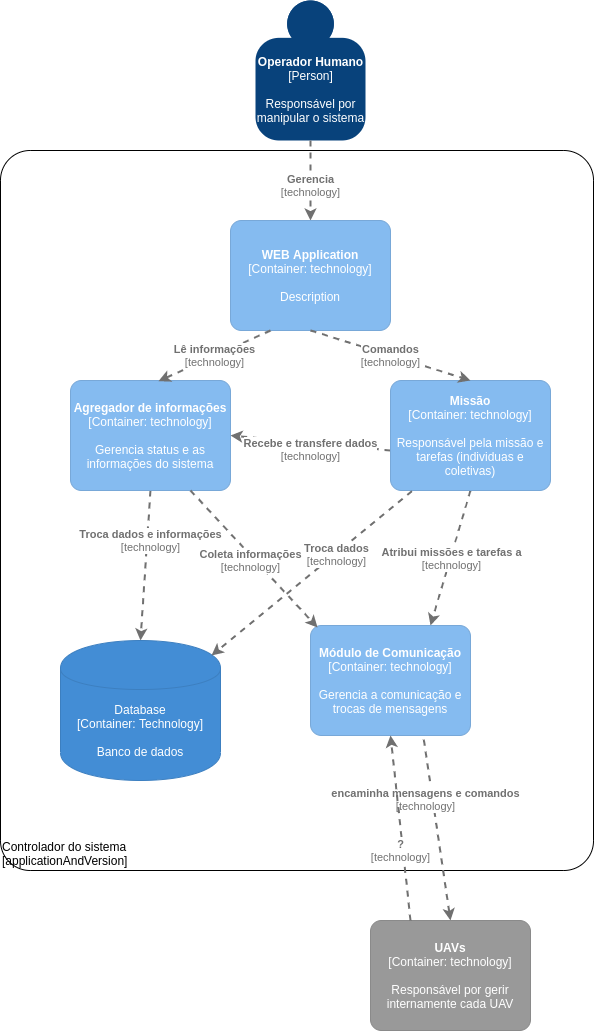
Above: UAV architecture-Contêiner.png in savionasc/mysterio (draw.io), before the change. Source tidied: cells renumbered, new cells last; positions are measured from the earlier drawing's top-left corner, leaving out a move shared by most shapes.
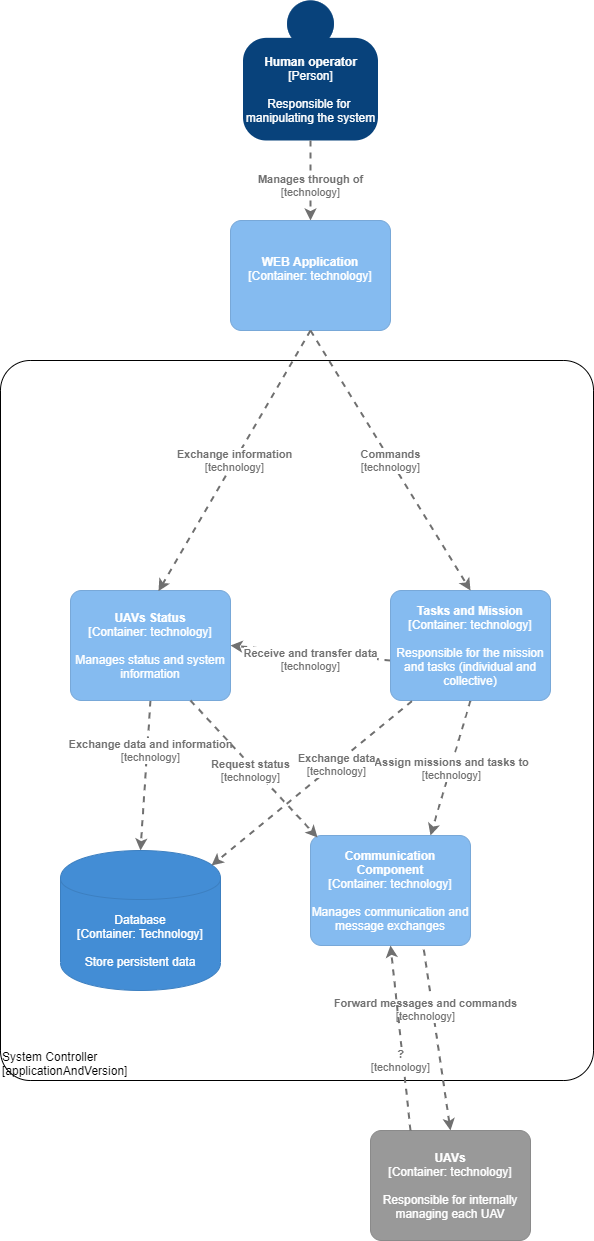
After the change.

The edit, as a diff of the source:
```diff
@@ -2,81 +2,81 @@
   <root>
     <mxCell id="0" />
     <mxCell id="1" parent="0" />
-    <object id="2" label="&lt;div style=&quot;text-align: left&quot;&gt;%c4Name%&lt;/div&gt;&lt;div style=&quot;text-align: left&quot;&gt;[%c4Application%]&lt;/div&gt;" c4Application="applicationAndVersion" c4Name="Controlador do sistema" c4Type="ExecutionEnvironment" placeholders="1">
+    <object id="2" label="&lt;div style=&quot;text-align: left&quot;&gt;%c4Name%&lt;/div&gt;&lt;div style=&quot;text-align: left&quot;&gt;[%c4Application%]&lt;/div&gt;" c4Application="applicationAndVersion" c4Name="System Controller" c4Type="ExecutionEnvironment" placeholders="1">
       <mxCell style="rounded=1;whiteSpace=wrap;html=1;labelBackgroundColor=none;fillColor=#ffffff;fontColor=#000000;align=left;arcSize=5;strokeColor=#000000;verticalAlign=bottom;metaData={&quot;c4Type&quot;:{&quot;editable&quot;:false}};" parent="1" vertex="1">
         <mxGeometry y="150" width="593" height="720" as="geometry" />
       </mxCell>
     </object>
-    <object id="3" label="&lt;b&gt;%c4Name%&lt;/b&gt;&lt;div&gt;[%c4Type%]&lt;/div&gt;&lt;br&gt;&lt;div&gt;%c4Description%&lt;/div&gt;" c4Description="Responsável por&#10;manipular o sistema" c4Name="Operador Humano" c4Type="Person" placeholders="1">
+    <object id="3" label="&lt;b&gt;%c4Name%&lt;/b&gt;&lt;div&gt;[%c4Type%]&lt;/div&gt;&lt;br&gt;&lt;div&gt;%c4Description%&lt;/div&gt;" c4Description="Responsible for &#10;manipulating the system" c4Name="Human operator" c4Type="Person" placeholders="1">
       <mxCell style="html=1;dashed=0;whitespace=wrap;fillColor=#08427b;strokeColor=none;fontColor=#ffffff;shape=mxgraph.c4.person;align=center;points=[[0.5,0,0],[1,0.5,0],[1,0.75,0],[0.75,1,0],[0.5,1,0],[0.25,1,0],[0,0.75,0],[0,0.5,0]];metaData={&quot;c4Type&quot;:{&quot;editable&quot;:false}};" parent="1" vertex="1">
-        <mxGeometry x="255" width="110" height="140" as="geometry" />
+        <mxGeometry x="242.5" y="-210" width="135" height="140" as="geometry" />
       </mxCell>
     </object>
-    <object id="4" label="&lt;div style=&quot;text-align: left&quot;&gt;&lt;div style=&quot;text-align: center&quot;&gt;&lt;b&gt;%c4Description%&lt;/b&gt;&lt;/div&gt;&lt;div style=&quot;text-align: center&quot;&gt;[%c4Technology%]&lt;/div&gt;&lt;/div&gt;" c4Description="Gerencia" c4Technology="technology" c4Type="Relationship" placeholders="1">
+    <object id="4" label="&lt;div style=&quot;text-align: left&quot;&gt;&lt;div style=&quot;text-align: center&quot;&gt;&lt;b&gt;%c4Description%&lt;/b&gt;&lt;/div&gt;&lt;div style=&quot;text-align: center&quot;&gt;[%c4Technology%]&lt;/div&gt;&lt;/div&gt;" c4Description="Manages through of" c4Technology="technology" c4Type="Relationship" placeholders="1">
       <mxCell style="edgeStyle=none;rounded=0;html=1;entryX=0.5;entryY=0;jettySize=auto;strokeColor=#707070;strokeWidth=2;fontColor=#707070;jumpStyle=none;dashed=1;metaData={&quot;c4Type&quot;:{&quot;editable&quot;:false}};exitX=0.5;exitY=1;exitDx=0;exitDy=0;exitPerimeter=0;entryDx=0;entryDy=0;entryPerimeter=0;" parent="1" edge="1" source="3" target="15">
         <mxGeometry x="0.12" relative="1" as="geometry" />
       </mxCell>
     </object>
-    <object id="5" label="&lt;div style=&quot;text-align: left&quot;&gt;&lt;div style=&quot;text-align: center&quot;&gt;&lt;b&gt;%c4Description%&lt;/b&gt;&lt;/div&gt;&lt;div style=&quot;text-align: center&quot;&gt;[%c4Technology%]&lt;/div&gt;&lt;/div&gt;" c4Description="Troca dados e informações" c4Technology="technology" c4Type="Relationship" placeholders="1">
+    <object id="5" label="&lt;div style=&quot;text-align: left&quot;&gt;&lt;div style=&quot;text-align: center&quot;&gt;&lt;b&gt;%c4Description%&lt;/b&gt;&lt;/div&gt;&lt;div style=&quot;text-align: center&quot;&gt;[%c4Technology%]&lt;/div&gt;&lt;/div&gt;" c4Description="Exchange data and information" c4Technology="technology" c4Type="Relationship" placeholders="1">
       <mxCell style="edgeStyle=none;rounded=0;html=1;entryX=0.5;entryY=0;jettySize=auto;strokeColor=#707070;strokeWidth=2;fontColor=#707070;jumpStyle=none;dashed=1;metaData={&quot;c4Type&quot;:{&quot;editable&quot;:false}};exitX=0.5;exitY=1;exitDx=0;exitDy=0;exitPerimeter=0;entryDx=0;entryDy=0;entryPerimeter=0;" parent="1" edge="1" source="12" target="9">
         <mxGeometry x="-0.34" y="3" relative="1" as="geometry" />
       </mxCell>
     </object>
-    <object id="6" label="&lt;div style=&quot;text-align: left&quot;&gt;&lt;div style=&quot;text-align: center&quot;&gt;&lt;b&gt;%c4Description%&lt;/b&gt;&lt;/div&gt;&lt;div style=&quot;text-align: center&quot;&gt;[%c4Technology%]&lt;/div&gt;&lt;/div&gt;" c4Description="encaminha mensagens e comandos" c4Technology="technology" c4Type="Relationship" placeholders="1">
+    <object id="6" label="&lt;div style=&quot;text-align: left&quot;&gt;&lt;div style=&quot;text-align: center&quot;&gt;&lt;b&gt;%c4Description%&lt;/b&gt;&lt;/div&gt;&lt;div style=&quot;text-align: center&quot;&gt;[%c4Technology%]&lt;/div&gt;&lt;/div&gt;" c4Description="Forward messages and commands" c4Technology="technology" c4Type="Relationship" placeholders="1">
       <mxCell style="edgeStyle=none;rounded=0;html=1;entryX=0.5;entryY=0;jettySize=auto;strokeColor=#707070;strokeWidth=2;fontColor=#707070;jumpStyle=none;dashed=1;metaData={&quot;c4Type&quot;:{&quot;editable&quot;:false}};entryDx=0;entryDy=0;entryPerimeter=0;exitX=0.708;exitY=1.038;exitDx=0;exitDy=0;exitPerimeter=0;" parent="1" edge="1" source="11" target="13">
         <mxGeometry x="-0.34" y="-7" relative="1" as="geometry">
           <mxPoint y="-1" as="offset" />
         </mxGeometry>
       </mxCell>
     </object>
-    <object id="7" label="&lt;div style=&quot;text-align: left&quot;&gt;&lt;div style=&quot;text-align: center&quot;&gt;&lt;b&gt;%c4Description%&lt;/b&gt;&lt;/div&gt;&lt;div style=&quot;text-align: center&quot;&gt;[%c4Technology%]&lt;/div&gt;&lt;/div&gt;" c4Description="Recebe e transfere dados" c4Technology="technology" c4Type="Relationship" placeholders="1">
+    <object id="7" label="&lt;div style=&quot;text-align: left&quot;&gt;&lt;div style=&quot;text-align: center&quot;&gt;&lt;b&gt;%c4Description%&lt;/b&gt;&lt;/div&gt;&lt;div style=&quot;text-align: center&quot;&gt;[%c4Technology%]&lt;/div&gt;&lt;/div&gt;" c4Description="Receive and transfer data" c4Technology="technology" c4Type="Relationship" placeholders="1">
       <mxCell style="edgeStyle=none;rounded=0;html=1;jettySize=auto;strokeColor=#707070;strokeWidth=2;fontColor=#707070;jumpStyle=none;dashed=1;metaData={&quot;c4Type&quot;:{&quot;editable&quot;:false}};exitX=0;exitY=0.636;exitDx=0;exitDy=0;exitPerimeter=0;entryX=1;entryY=0.5;entryDx=0;entryDy=0;entryPerimeter=0;" parent="1" edge="1" source="10" target="12">
         <mxGeometry x="-0.01" y="7" relative="1" as="geometry" />
       </mxCell>
     </object>
-    <object id="8" label="&lt;div style=&quot;text-align: left&quot;&gt;&lt;div style=&quot;text-align: center&quot;&gt;&lt;b&gt;%c4Description%&lt;/b&gt;&lt;/div&gt;&lt;div style=&quot;text-align: center&quot;&gt;[%c4Technology%]&lt;/div&gt;&lt;/div&gt;" c4Description="Atribui missões e tarefas a" c4Technology="technology" c4Type="Relationship" placeholders="1">
+    <object id="8" label="&lt;div style=&quot;text-align: left&quot;&gt;&lt;div style=&quot;text-align: center&quot;&gt;&lt;b&gt;%c4Description%&lt;/b&gt;&lt;/div&gt;&lt;div style=&quot;text-align: center&quot;&gt;[%c4Technology%]&lt;/div&gt;&lt;/div&gt;" c4Description="Assign missions and tasks to" c4Technology="technology" c4Type="Relationship" placeholders="1">
       <mxCell style="edgeStyle=none;rounded=0;html=1;jettySize=auto;strokeColor=#707070;strokeWidth=2;fontColor=#707070;jumpStyle=none;dashed=1;metaData={&quot;c4Type&quot;:{&quot;editable&quot;:false}};exitX=0.5;exitY=1;exitDx=0;exitDy=0;exitPerimeter=0;entryX=0.75;entryY=0;entryDx=0;entryDy=0;entryPerimeter=0;" parent="1" edge="1" source="10" target="11">
         <mxGeometry relative="1" as="geometry">
           <mxPoint x="1" as="offset" />
         </mxGeometry>
       </mxCell>
     </object>
-    <object id="9" label="%c4Type%&lt;div&gt;[Container:&amp;nbsp;%c4Technology%]&lt;/div&gt;&lt;br&gt;&lt;div&gt;%c4Description%&lt;/div&gt;" c4Description="Banco de dados" c4Technology="Technology" c4Type="Database" placeholders="1">
+    <object id="9" label="%c4Type%&lt;div&gt;[Container:&amp;nbsp;%c4Technology%]&lt;/div&gt;&lt;br&gt;&lt;div&gt;%c4Description%&lt;/div&gt;" c4Description="Store persistent data" c4Technology="Technology" c4Type="Database" placeholders="1">
       <mxCell style="shape=cylinder;whiteSpace=wrap;html=1;boundedLbl=1;rounded=0;labelBackgroundColor=none;fillColor=#438DD5;fontSize=12;fontColor=#ffffff;align=center;strokeColor=#3C7FC0;points=[[0.5,0,0],[1,0.25,0],[1,0.5,0],[1,0.75,0],[0.5,1,0],[0,0.75,0],[0,0.5,0],[0,0.25,0]];metaData={&quot;c4Type&quot;:{&quot;editable&quot;:false}};" parent="1" vertex="1">
         <mxGeometry x="60" y="640" width="160" height="140" as="geometry" />
       </mxCell>
     </object>
-    <object id="10" label="&lt;b&gt;%c4Name%&lt;/b&gt;&lt;div&gt;[%c4Type%: %c4Technology%]&lt;/div&gt;&lt;br&gt;&lt;div&gt;%c4Description%&lt;/div&gt;" c4Description="Responsável pela missão e tarefas (individuas e coletivas)" c4Name="Missão" c4Technology="technology" c4Type="Container" placeholders="1">
+    <object id="10" label="&lt;b&gt;%c4Name%&lt;/b&gt;&lt;div&gt;[%c4Type%: %c4Technology%]&lt;/div&gt;&lt;br&gt;&lt;div&gt;%c4Description%&lt;/div&gt;" c4Description="Responsible for the mission and tasks (individual and collective)" c4Name="Tasks and Mission" c4Technology="technology" c4Type="Container" placeholders="1">
       <mxCell style="rounded=1;whiteSpace=wrap;html=1;labelBackgroundColor=none;fillColor=#85BBF0;fontColor=#ffffff;align=center;arcSize=10;strokeColor=#78A8D8;metaData={&quot;c4Type&quot;:{&quot;editable&quot;:false}};points=[[0.25,0,0],[0.5,0,0],[0.75,0,0],[1,0.25,0],[1,0.5,0],[1,0.75,0],[0.75,1,0],[0.5,1,0],[0.25,1,0],[0,0.75,0],[0,0.5,0],[0,0.25,0]];" parent="1" vertex="1">
         <mxGeometry x="390" y="380" width="160" height="110" as="geometry" />
       </mxCell>
     </object>
-    <object id="11" label="&lt;b&gt;%c4Name%&lt;/b&gt;&lt;div&gt;[%c4Type%: %c4Technology%]&lt;/div&gt;&lt;br&gt;&lt;div&gt;%c4Description%&lt;/div&gt;" c4Description="Gerencia a comunicação e trocas de mensagens" c4Name="Módulo de Comunicação" c4Technology="technology" c4Type="Container" placeholders="1">
+    <object id="11" label="&lt;b&gt;%c4Name%&lt;/b&gt;&lt;div&gt;[%c4Type%: %c4Technology%]&lt;/div&gt;&lt;br&gt;&lt;div&gt;%c4Description%&lt;/div&gt;" c4Description="Manages communication and message exchanges" c4Name="Communication Component" c4Technology="technology" c4Type="Container" placeholders="1">
       <mxCell style="rounded=1;whiteSpace=wrap;html=1;labelBackgroundColor=none;fillColor=#85BBF0;fontColor=#ffffff;align=center;arcSize=10;strokeColor=#78A8D8;metaData={&quot;c4Type&quot;:{&quot;editable&quot;:false}};points=[[0.25,0,0],[0.5,0,0],[0.75,0,0],[1,0.25,0],[1,0.5,0],[1,0.75,0],[0.75,1,0],[0.5,1,0],[0.25,1,0],[0,0.75,0],[0,0.5,0],[0,0.25,0]];" parent="1" vertex="1">
         <mxGeometry x="310" y="625" width="160" height="110" as="geometry" />
       </mxCell>
     </object>
-    <object id="12" label="&lt;b&gt;%c4Name%&lt;/b&gt;&lt;div&gt;[%c4Type%: %c4Technology%]&lt;/div&gt;&lt;br&gt;&lt;div&gt;%c4Description%&lt;/div&gt;" c4Description="Gerencia status e as informações do sistema" c4Name="Agregador de informações" c4Technology="technology" c4Type="Container" placeholders="1">
+    <object id="12" label="&lt;b&gt;%c4Name%&lt;/b&gt;&lt;div&gt;[%c4Type%: %c4Technology%]&lt;/div&gt;&lt;br&gt;&lt;div&gt;%c4Description%&lt;/div&gt;" c4Description="Manages status and system information" c4Name="UAVs Status" c4Technology="technology" c4Type="Container" placeholders="1">
       <mxCell style="rounded=1;whiteSpace=wrap;html=1;labelBackgroundColor=none;fillColor=#85BBF0;fontColor=#ffffff;align=center;arcSize=10;strokeColor=#78A8D8;metaData={&quot;c4Type&quot;:{&quot;editable&quot;:false}};points=[[0.25,0,0],[0.5,0,0],[0.75,0,0],[1,0.25,0],[1,0.5,0],[1,0.75,0],[0.75,1,0],[0.5,1,0],[0.25,1,0],[0,0.75,0],[0,0.5,0],[0,0.25,0]];" parent="1" vertex="1">
         <mxGeometry x="70" y="380" width="160" height="110" as="geometry" />
       </mxCell>
     </object>
-    <object id="13" label="&lt;b&gt;%c4Name%&lt;/b&gt;&lt;div&gt;[%c4Type%: %c4Technology%]&lt;/div&gt;&lt;br&gt;&lt;div&gt;%c4Description%&lt;/div&gt;" c4Description="Responsável por gerir internamente cada UAV" c4Name="UAVs" c4Technology="technology" c4Type="Container" placeholders="1">
+    <object id="13" label="&lt;b&gt;%c4Name%&lt;/b&gt;&lt;div&gt;[%c4Type%: %c4Technology%]&lt;/div&gt;&lt;br&gt;&lt;div&gt;%c4Description%&lt;/div&gt;" c4Description="Responsible for internally managing each UAV" c4Name="UAVs" c4Technology="technology" c4Type="Container" placeholders="1">
       <mxCell style="rounded=1;whiteSpace=wrap;html=1;labelBackgroundColor=none;fontColor=#ffffff;align=center;arcSize=10;metaData={&quot;c4Type&quot;:{&quot;editable&quot;:false}};points=[[0.25,0,0],[0.5,0,0],[0.75,0,0],[1,0.25,0],[1,0.5,0],[1,0.75,0],[0.75,1,0],[0.5,1,0],[0.25,1,0],[0,0.75,0],[0,0.5,0],[0,0.25,0]];fillColor=#999999;strokeColor=#8A8A8A;" parent="1" vertex="1">
         <mxGeometry x="370" y="920" width="160" height="110" as="geometry" />
       </mxCell>
     </object>
-    <object id="14" label="&lt;div style=&quot;text-align: left&quot;&gt;&lt;div style=&quot;text-align: center&quot;&gt;&lt;b&gt;%c4Description%&lt;/b&gt;&lt;/div&gt;&lt;div style=&quot;text-align: center&quot;&gt;[%c4Technology%]&lt;/div&gt;&lt;/div&gt;" c4Description="Coleta informações" c4Technology="technology" c4Type="Relationship" placeholders="1">
+    <object id="14" label="&lt;div style=&quot;text-align: left&quot;&gt;&lt;div style=&quot;text-align: center&quot;&gt;&lt;b&gt;%c4Description%&lt;/b&gt;&lt;/div&gt;&lt;div style=&quot;text-align: center&quot;&gt;[%c4Technology%]&lt;/div&gt;&lt;/div&gt;" c4Description="Request status" c4Technology="technology" c4Type="Relationship" placeholders="1">
       <mxCell style="edgeStyle=none;rounded=0;html=1;jettySize=auto;strokeColor=#707070;strokeWidth=2;fontColor=#707070;jumpStyle=none;dashed=1;metaData={&quot;c4Type&quot;:{&quot;editable&quot;:false}};exitX=0.75;exitY=1;exitDx=0;exitDy=0;exitPerimeter=0;entryX=0.044;entryY=0.018;entryDx=0;entryDy=0;entryPerimeter=0;" parent="1" edge="1" source="12" target="11">
         <mxGeometry x="-0.01" y="-4" relative="1" as="geometry" />
       </mxCell>
     </object>
-    <object id="15" label="&lt;b&gt;%c4Name%&lt;/b&gt;&lt;div&gt;[%c4Type%: %c4Technology%]&lt;/div&gt;&lt;br&gt;&lt;div&gt;%c4Description%&lt;/div&gt;" c4Description="Description" c4Name="WEB Application" c4Technology="technology" c4Type="Container" placeholders="1">
+    <object id="15" label="&lt;b&gt;%c4Name%&lt;/b&gt;&lt;div&gt;[%c4Type%: %c4Technology%]&lt;/div&gt;&lt;br&gt;&lt;div&gt;%c4Description%&lt;/div&gt;" c4Description="" c4Name="WEB Application" c4Technology="technology" c4Type="Container" placeholders="1">
       <mxCell style="rounded=1;whiteSpace=wrap;html=1;labelBackgroundColor=none;fillColor=#85BBF0;fontColor=#ffffff;align=center;arcSize=10;strokeColor=#78A8D8;metaData={&quot;c4Type&quot;:{&quot;editable&quot;:false}};points=[[0.25,0,0],[0.5,0,0],[0.75,0,0],[1,0.25,0],[1,0.5,0],[1,0.75,0],[0.75,1,0],[0.5,1,0],[0.25,1,0],[0,0.75,0],[0,0.5,0],[0,0.25,0]];" parent="1" vertex="1">
-        <mxGeometry x="230" y="220" width="160" height="110" as="geometry" />
+        <mxGeometry x="230" y="10" width="160" height="110" as="geometry" />
       </mxCell>
     </object>
-    <object id="16" label="&lt;div style=&quot;text-align: left&quot;&gt;&lt;div style=&quot;text-align: center&quot;&gt;&lt;b&gt;%c4Description%&lt;/b&gt;&lt;/div&gt;&lt;div style=&quot;text-align: center&quot;&gt;[%c4Technology%]&lt;/div&gt;&lt;/div&gt;" c4Description="Comandos" c4Technology="technology" c4Type="Relationship" placeholders="1">
+    <object id="16" label="&lt;div style=&quot;text-align: left&quot;&gt;&lt;div style=&quot;text-align: center&quot;&gt;&lt;b&gt;%c4Description%&lt;/b&gt;&lt;/div&gt;&lt;div style=&quot;text-align: center&quot;&gt;[%c4Technology%]&lt;/div&gt;&lt;/div&gt;" c4Description="Commands" c4Technology="technology" c4Type="Relationship" placeholders="1">
       <mxCell style="edgeStyle=none;rounded=0;html=1;entryX=0.5;entryY=0;jettySize=auto;strokeColor=#707070;strokeWidth=2;fontColor=#707070;jumpStyle=none;dashed=1;metaData={&quot;c4Type&quot;:{&quot;editable&quot;:false}};exitX=0.5;exitY=1;exitDx=0;exitDy=0;exitPerimeter=0;entryDx=0;entryDy=0;entryPerimeter=0;" parent="1" edge="1" source="15" target="10">
         <mxGeometry relative="1" as="geometry" />
       </mxCell>
@@ -86,12 +86,12 @@
         <mxGeometry x="-0.24" y="2" relative="1" as="geometry" />
       </mxCell>
     </object>
-    <object id="18" label="&lt;div style=&quot;text-align: left&quot;&gt;&lt;div style=&quot;text-align: center&quot;&gt;&lt;b&gt;%c4Description%&lt;/b&gt;&lt;/div&gt;&lt;div style=&quot;text-align: center&quot;&gt;[%c4Technology%]&lt;/div&gt;&lt;/div&gt;" c4Description="Lê informações" c4Technology="technology" c4Type="Relationship" placeholders="1">
-      <mxCell style="edgeStyle=none;rounded=0;html=1;entryX=0.55;entryY=0.006;jettySize=auto;strokeColor=#707070;strokeWidth=2;fontColor=#707070;jumpStyle=none;dashed=1;metaData={&quot;c4Type&quot;:{&quot;editable&quot;:false}};exitX=0.25;exitY=1;exitDx=0;exitDy=0;exitPerimeter=0;entryDx=0;entryDy=0;entryPerimeter=0;" parent="1" edge="1" source="15" target="12">
+    <object id="18" label="&lt;div style=&quot;text-align: left&quot;&gt;&lt;div style=&quot;text-align: center&quot;&gt;&lt;b&gt;%c4Description%&lt;/b&gt;&lt;/div&gt;&lt;div style=&quot;text-align: center&quot;&gt;[%c4Technology%]&lt;/div&gt;&lt;/div&gt;" c4Description="Exchange information" c4Technology="technology" c4Type="Relationship" placeholders="1">
+      <mxCell style="edgeStyle=none;rounded=0;html=1;entryX=0.55;entryY=0.006;jettySize=auto;strokeColor=#707070;strokeWidth=2;fontColor=#707070;jumpStyle=none;dashed=1;metaData={&quot;c4Type&quot;:{&quot;editable&quot;:false}};exitX=0.5;exitY=1;exitDx=0;exitDy=0;exitPerimeter=0;entryDx=0;entryDy=0;entryPerimeter=0;" parent="1" edge="1" source="15" target="12">
         <mxGeometry relative="1" as="geometry" />
       </mxCell>
     </object>
-    <object id="19" label="&lt;div style=&quot;text-align: left&quot;&gt;&lt;div style=&quot;text-align: center&quot;&gt;&lt;b&gt;%c4Description%&lt;/b&gt;&lt;/div&gt;&lt;div style=&quot;text-align: center&quot;&gt;[%c4Technology%]&lt;/div&gt;&lt;/div&gt;" c4Description="Troca dados" c4Technology="technology" c4Type="Relationship" placeholders="1">
+    <object id="19" label="&lt;div style=&quot;text-align: left&quot;&gt;&lt;div style=&quot;text-align: center&quot;&gt;&lt;b&gt;%c4Description%&lt;/b&gt;&lt;/div&gt;&lt;div style=&quot;text-align: center&quot;&gt;[%c4Technology%]&lt;/div&gt;&lt;/div&gt;" c4Description="Exchange data" c4Technology="technology" c4Type="Relationship" placeholders="1">
       <mxCell style="edgeStyle=none;rounded=0;html=1;jettySize=auto;strokeColor=#707070;strokeWidth=2;fontColor=#707070;jumpStyle=none;dashed=1;metaData={&quot;c4Type&quot;:{&quot;editable&quot;:false}};exitX=0.134;exitY=1.006;exitDx=0;exitDy=0;exitPerimeter=0;entryX=0.944;entryY=0.107;entryDx=0;entryDy=0;entryPerimeter=0;" parent="1" edge="1" source="10" target="9">
         <mxGeometry x="-0.25" y="1" relative="1" as="geometry" />
       </mxCell>
```
